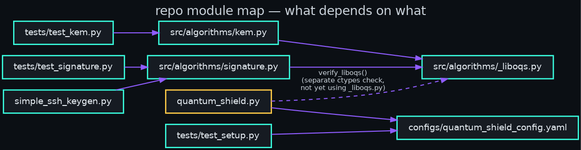
danindiana/quantum-shield keeps this Graphviz diagram as diagrams/05-repo-module-map.png. Above is the earlier version. Its source is kept beside it as diagrams/05-repo-module-map.dot. Its diagram source:
```dot
digraph modulemap {
  bgcolor="#0b0f14";
  rankdir=LR;
  fontname="Helvetica";
  fontcolor="#c9d1d9";
  labelloc="t";
  label="repo module map — what depends on what";
  fontsize=20;
  node [style=filled, fillcolor="#161b22", color="#39ffe0", fontcolor="#e6edf3", fontname="Helvetica", penwidth=2, shape=box, margin="0.25,0.15"];
  edge [color="#8f5cff", fontcolor="#c9d1d9", fontname="Helvetica", penwidth=1.6, fontsize=11];

  tests_kem [label="tests/test_kem.py"];
  tests_sig [label="tests/test_signature.py"];
  tests_setup [label="tests/test_setup.py"];

  kem [label="src/algorithms/kem.py", color="#39ffe0"];
  sig [label="src/algorithms/signature.py", color="#39ffe0"];
  liboqs_mod [label="src/algorithms/_liboqs.py"];

  sshkeygen [label="simple_ssh_keygen.py"];
  config [label="configs/quantum_shield_config.yaml"];
  cli [label="quantum_shield.py", color="#ffcb47"];

  tests_kem -> kem;
  tests_sig -> sig;
  tests_setup -> config;
  kem -> liboqs_mod;
  sig -> liboqs_mod;
  sshkeygen -> sig;
  cli -> config;
  cli -> liboqs_mod [style=dashed, label="verify_liboqs()\n(separate ctypes check,\nnot yet using _liboqs.py)"];
}
```
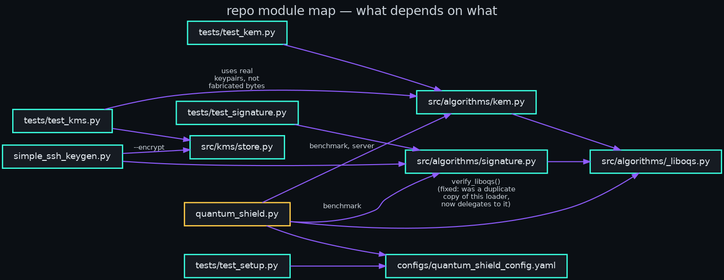
The same file after the commit.

Change to the diagram source:
```diff
@@ -12,9 +12,11 @@
   tests_kem [label="tests/test_kem.py"];
   tests_sig [label="tests/test_signature.py"];
   tests_setup [label="tests/test_setup.py"];
+  tests_kms [label="tests/test_kms.py"];
 
   kem [label="src/algorithms/kem.py", color="#39ffe0"];
   sig [label="src/algorithms/signature.py", color="#39ffe0"];
+  kms [label="src/kms/store.py", color="#39ffe0"];
   liboqs_mod [label="src/algorithms/_liboqs.py"];
 
   sshkeygen [label="simple_ssh_keygen.py"];
@@ -24,9 +26,15 @@
   tests_kem -> kem;
   tests_sig -> sig;
   tests_setup -> config;
+  tests_kms -> kms;
+  tests_kms -> kem [label="uses real\nkeypairs, not\nfabricated bytes"];
   kem -> liboqs_mod;
   sig -> liboqs_mod;
+  kms -> sig [style=invis];
   sshkeygen -> sig;
+  sshkeygen -> kms [label="--encrypt"];
   cli -> config;
-  cli -> liboqs_mod [style=dashed, label="verify_liboqs()\n(separate ctypes check,\nnot yet using _liboqs.py)"];
+  cli -> kem [label="benchmark, server"];
+  cli -> sig [label="benchmark"];
+  cli -> liboqs_mod [label="verify_liboqs()\n(fixed: was a duplicate\ncopy of this loader,\nnow delegates to it)"];
 }
```
